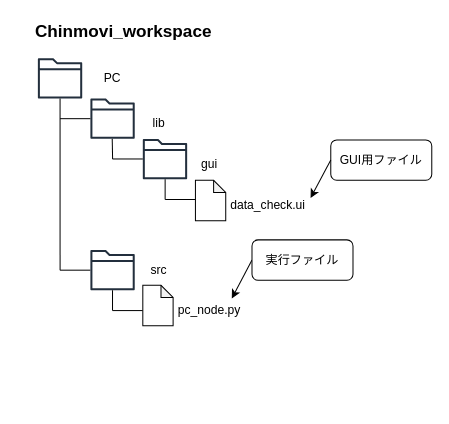
Above: doc/ModularStructure.dio in Harumio1529/ChinMovi_Workspace (draw.io), before the change. Source tidied: cells renumbered, new cells numbered last; positions are measured from the earlier drawing's top-left corner, leaving out a move shared by most shapes. Both pictures are drawn from the tidied source at 101%, with x=0, y=0 at pixel (17, 17).
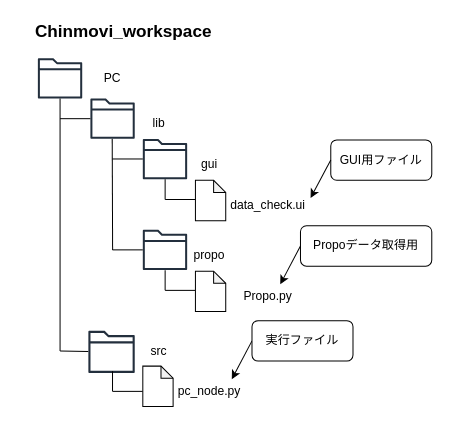
Above is the later version.

Unchanged cells that the change refers to:
```xml
<mxCell id="3" style="sketch=0;outlineConnect=0;fontColor=#232F3E;gradientColor=none;fillColor=#232F3D;strokeColor=none;dashed=0;verticalLabelPosition=bottom;verticalAlign=top;align=center;html=1;fontSize=12;fontStyle=0;shape=mxgraph.aws4.folder;" parent="1" vertex="1">
  <mxGeometry x="20" y="40" width="43.9" height="40" as="geometry" />
</mxCell>
```

What changed in the source:
```diff
@@
     <mxCell id="6" style="endArrow=none;html=1;" parent="1" edge="1" source="3">
       <mxGeometry relative="1" as="geometry">
-        <mxPoint x="42" y="250" as="targetPoint" />
+        <mxPoint x="42" y="330" as="targetPoint" />
       </mxGeometry>
     </mxCell>
@@
     <mxCell id="9" style="endArrow=none;html=1;" parent="1" edge="1" target="10">
       <mxGeometry relative="1" as="geometry">
-        <mxPoint x="42" y="250" as="sourcePoint" />
+        <mxPoint x="42" y="330" as="sourcePoint" />
       </mxGeometry>
     </mxCell>
     <mxCell id="10" style="sketch=0;outlineConnect=0;fontColor=#232F3E;gradientColor=none;fillColor=#232F3D;strokeColor=none;dashed=0;verticalLabelPosition=bottom;verticalAlign=top;align=center;html=1;fontSize=12;fontStyle=0;shape=mxgraph.aws4.folder;" parent="1" vertex="1">
-      <mxGeometry x="72" y="230" width="43.9" height="40" as="geometry" />
+      <mxGeometry x="70" y="310" width="45.9" height="41.8" as="geometry" />
     </mxCell>
     <mxCell id="11" value="src" style="text;html=1;align=center;verticalAlign=middle;whiteSpace=wrap;rounded=0;" parent="1" vertex="1">
-      <mxGeometry x="110" y="235" width="60" height="30" as="geometry" />
+      <mxGeometry x="110" y="315" width="60" height="30" as="geometry" />
     </mxCell>
-    <mxCell id="12" style="endArrow=none;html=1;" parent="1" edge="1">
-      <mxGeometry relative="1" as="geometry">
-        <mxPoint x="93.6" y="120" as="sourcePoint" />
-        <mxPoint x="94" y="140" as="targetPoint" />
-      </mxGeometry>
-    </mxCell>
@@
     <mxCell id="22" style="endArrow=none;html=1;" parent="1" edge="1">
       <mxGeometry relative="1" as="geometry">
-        <mxPoint x="93.9" y="290" as="sourcePoint" />
-        <mxPoint x="93.9" y="270" as="targetPoint" />
+        <mxPoint x="93.9" y="370" as="sourcePoint" />
+        <mxPoint x="93.9" y="350" as="targetPoint" />
       </mxGeometry>
     </mxCell>
     <mxCell id="23" style="endArrow=none;html=1;" parent="1" edge="1">
       <mxGeometry relative="1" as="geometry">
-        <mxPoint x="123.9" y="290" as="sourcePoint" />
-        <mxPoint x="93.9" y="290" as="targetPoint" />
+        <mxPoint x="123.9" y="370" as="sourcePoint" />
+        <mxPoint x="93.9" y="370" as="targetPoint" />
       </mxGeometry>
     </mxCell>
     <mxCell id="24" style="shape=note;whiteSpace=wrap;html=1;backgroundOutline=1;darkOpacity=0.05;size=12;direction=east;" parent="1" vertex="1">
-      <mxGeometry x="123.9" y="265" width="30" height="40" as="geometry" />
+      <mxGeometry x="123.9" y="345" width="30" height="40" as="geometry" />
     </mxCell>
     <mxCell id="25" value="pc_node.py" style="text;html=1;align=center;verticalAlign=middle;whiteSpace=wrap;rounded=0;" parent="1" vertex="1">
-      <mxGeometry x="148" y="275" width="84" height="30" as="geometry" />
+      <mxGeometry x="148" y="355" width="84" height="30" as="geometry" />
     </mxCell>
     <mxCell id="26" style="endArrow=classic;html=1;exitX=0;exitY=0.5;exitDx=0;exitDy=0;entryX=1;entryY=0.25;entryDx=0;entryDy=0;" parent="1" edge="1">
       <mxGeometry relative="1" as="geometry">
-        <mxPoint x="232" y="240" as="sourcePoint" />
-        <mxPoint x="212" y="278" as="targetPoint" />
+        <mxPoint x="232" y="320" as="sourcePoint" />
+        <mxPoint x="212" y="358" as="targetPoint" />
       </mxGeometry>
     </mxCell>
     <mxCell id="27" value="実行ファイル" style="rounded=1;whiteSpace=wrap;html=1;" parent="1" vertex="1">
-      <mxGeometry x="232" y="220" width="100" height="40" as="geometry" />
+      <mxGeometry x="232" y="300" width="100" height="40" as="geometry" />
     </mxCell>
+    <mxCell id="28" style="endArrow=none;html=1;" parent="1" edge="1">
+      <mxGeometry relative="1" as="geometry">
+        <mxPoint x="93.6" y="120" as="sourcePoint" />
+        <mxPoint x="94" y="230" as="targetPoint" />
+      </mxGeometry>
+    </mxCell>
+    <mxCell id="29" style="endArrow=none;html=1;" parent="1" edge="1">
+      <mxGeometry relative="1" as="geometry">
+        <mxPoint x="93.9" y="229.9" as="sourcePoint" />
+        <mxPoint x="123.9" y="229.9" as="targetPoint" />
+      </mxGeometry>
+    </mxCell>
+    <mxCell id="30" style="sketch=0;fontColor=#232F3E;gradientColor=none;fillColor=#232F3D;strokeColor=none;dashed=0;verticalLabelPosition=bottom;verticalAlign=top;align=center;html=1;fontSize=12;fontStyle=0;shape=mxgraph.aws4.folder;" parent="1" vertex="1">
+      <mxGeometry x="123.9" y="210" width="43.9" height="40" as="geometry" />
+    </mxCell>
+    <mxCell id="31" value="propo" style="text;html=1;align=center;verticalAlign=middle;whiteSpace=wrap;rounded=0;" parent="1" vertex="1">
+      <mxGeometry x="160" y="220" width="60" height="30" as="geometry" />
+    </mxCell>
+    <mxCell id="32" style="endArrow=none;html=1;" parent="1" edge="1">
+      <mxGeometry relative="1" as="geometry">
+        <mxPoint x="146" y="270" as="sourcePoint" />
+        <mxPoint x="146" y="250" as="targetPoint" />
+      </mxGeometry>
+    </mxCell>
+    <mxCell id="33" style="endArrow=none;html=1;" parent="1" edge="1">
+      <mxGeometry relative="1" as="geometry">
+        <mxPoint x="176" y="270" as="sourcePoint" />
+        <mxPoint x="146" y="270" as="targetPoint" />
+      </mxGeometry>
+    </mxCell>
+    <mxCell id="34" style="shape=note;whiteSpace=wrap;html=1;backgroundOutline=1;darkOpacity=0.05;size=12;direction=east;" parent="1" vertex="1">
+      <mxGeometry x="176" y="251" width="30" height="40" as="geometry" />
+    </mxCell>
+    <mxCell id="35" value="Propo.py" style="text;html=1;align=center;verticalAlign=middle;whiteSpace=wrap;rounded=0;" parent="1" vertex="1">
+      <mxGeometry x="206" y="261" width="84" height="30" as="geometry" />
+    </mxCell>
+    <mxCell id="36" value="Propoデータ取得用" style="rounded=1;whiteSpace=wrap;html=1;" parent="1" vertex="1">
+      <mxGeometry x="280" y="206" width="130" height="40" as="geometry" />
+    </mxCell>
+    <mxCell id="37" style="endArrow=classic;html=1;exitX=0;exitY=0.5;exitDx=0;exitDy=0;entryX=1;entryY=0.25;entryDx=0;entryDy=0;" parent="1" edge="1" source="36">
+      <mxGeometry relative="1" as="geometry">
+        <mxPoint x="260" y="264" as="targetPoint" />
+      </mxGeometry>
+    </mxCell>
```
